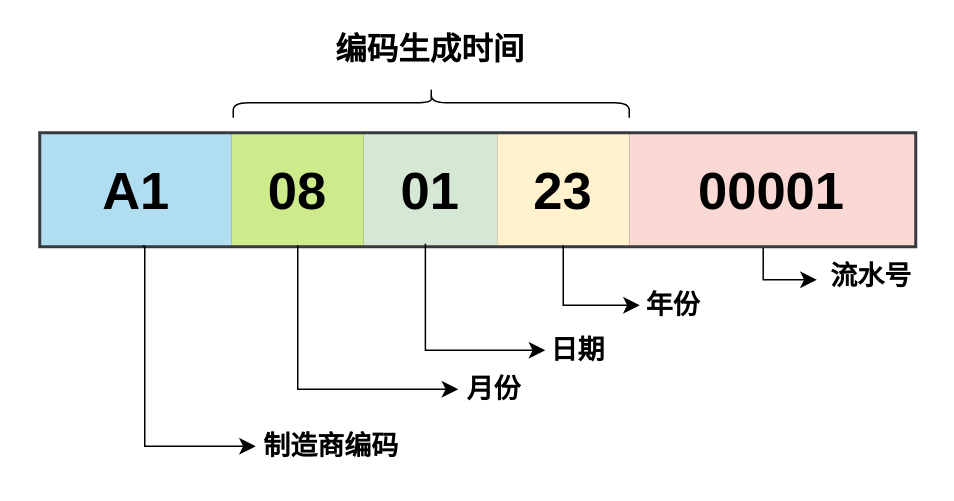
sjxbg/xmindfile keeps this draw.io diagram as QS集合码.drawio. Above is the earlier version. Source tidied: cells renumbered, new cells numbered last; positions are measured from the earlier drawing's top-left corner, leaving out a move shared by most shapes. Both pictures are drawn from the tidied source at 150%, with x=0, y=0 at pixel (40, 26).
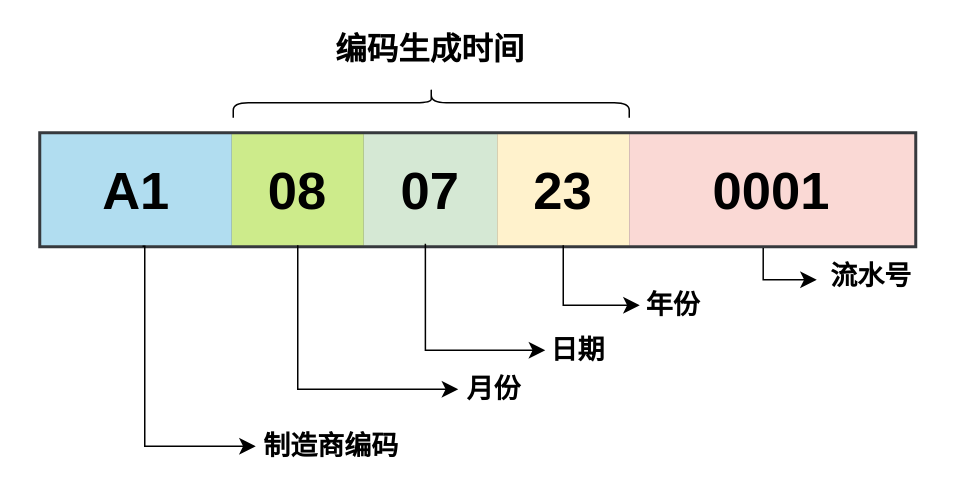
The same diagram, later.

Commit message:
更新QS集合码.drawio

Unchanged cells that the change refers to:
```xml
<mxCell id="3" style="shape=tableRow;horizontal=0;startSize=0;swimlaneHead=0;swimlaneBody=0;strokeColor=inherit;top=0;left=0;bottom=0;right=0;fillColor=none;points=[[0,0.5],[1,0.5]];portConstraint=eastwest;fontSize=16;" parent="2" vertex="1">
  <mxGeometry width="582" height="74" as="geometry" />
</mxCell>
```

Change to the diagram source:
```diff
@@
-    <mxCell id="6" value="&lt;b style=&quot;border-color: var(--border-color); font-size: 35px;&quot;&gt;&lt;font style=&quot;border-color: var(--border-color); font-size: 35px;&quot;&gt;01&lt;/font&gt;&lt;/b&gt;" style="shape=partialRectangle;html=1;whiteSpace=wrap;strokeColor=#82b366;overflow=hidden;fillColor=#d5e8d4;top=0;left=0;bottom=0;right=0;fontSize=35;strokeWidth=20;" parent="3" vertex="1">
+    <mxCell id="6" value="&lt;b style=&quot;border-color: var(--border-color); font-size: 35px;&quot;&gt;&lt;font style=&quot;border-color: var(--border-color); font-size: 35px;&quot;&gt;07&lt;/font&gt;&lt;/b&gt;" style="shape=partialRectangle;html=1;whiteSpace=wrap;strokeColor=#82b366;overflow=hidden;fillColor=#d5e8d4;top=0;left=0;bottom=0;right=0;fontSize=35;strokeWidth=20;" parent="3" vertex="1">
       <mxGeometry x="215" width="89" height="74" as="geometry" />
     </mxCell>
@@
-    <mxCell id="8" value="&lt;b style=&quot;font-size: 35px;&quot;&gt;&lt;font style=&quot;font-size: 35px;&quot;&gt;00001&lt;/font&gt;&lt;/b&gt;" style="shape=partialRectangle;html=1;whiteSpace=wrap;strokeColor=#000000;overflow=hidden;fillColor=#fad9d5;top=0;left=0;bottom=0;right=0;fontSize=35;strokeWidth=20;" parent="3" vertex="1">
+    <mxCell id="8" value="&lt;b style=&quot;font-size: 35px;&quot;&gt;&lt;font style=&quot;font-size: 35px;&quot;&gt;0001&lt;/font&gt;&lt;/b&gt;" style="shape=partialRectangle;html=1;whiteSpace=wrap;strokeColor=#000000;overflow=hidden;fillColor=#fad9d5;top=0;left=0;bottom=0;right=0;fontSize=35;strokeWidth=20;" parent="3" vertex="1">
       <mxGeometry x="392" width="190" height="74" as="geometry" />
     </mxCell>
```
